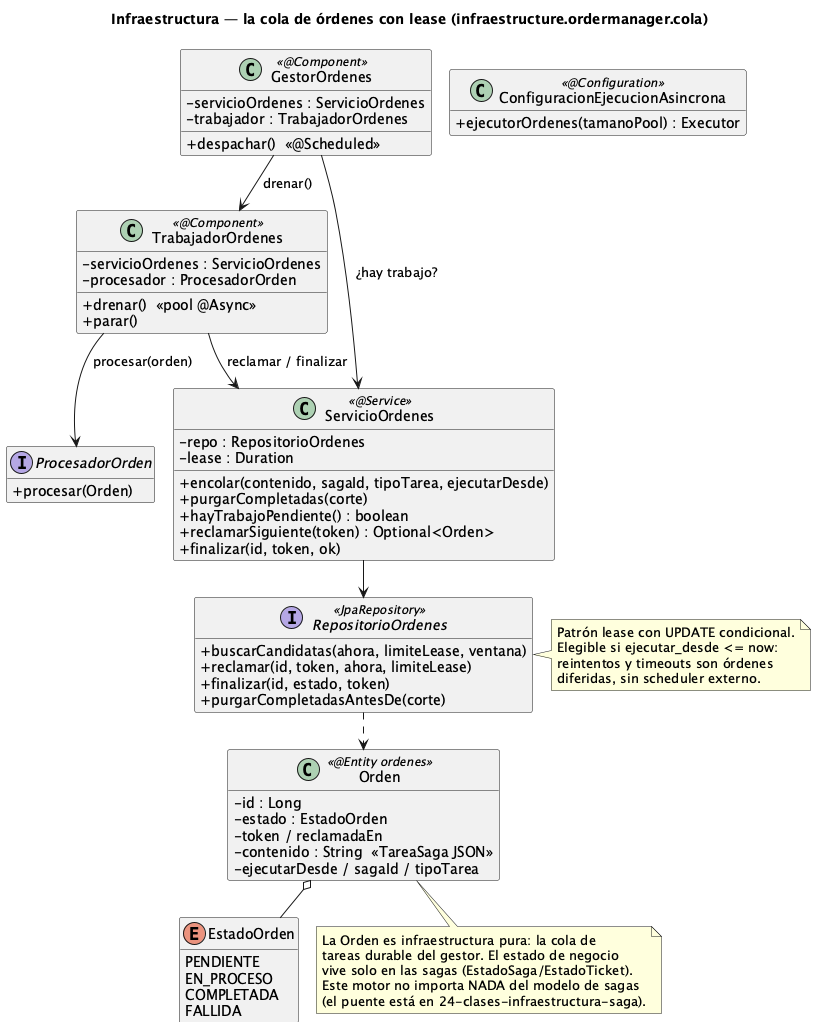
Earlier version of the PlantUML export order-manager/docs/23-clases-infraestructura-cola.png (ralcazar/patrones). Its diagram source:
```plantuml
@startuml 23-clases-infraestructura-cola
title Infraestructura — la cola de órdenes con lease (infraestructure.ordermanager.cola)
!pragma layout smetana
hide empty members
skinparam classAttributeIconSize 0

class GestorOrdenes <<@Component>> {
  -servicioOrdenes : ServicioOrdenes
  -trabajador : TrabajadorOrdenes
  +despachar()  «@Scheduled»
}
class TrabajadorOrdenes <<@Component>> {
  -servicioOrdenes : ServicioOrdenes
  -procesador : ProcesadorOrden
  +drenar()  «pool @Async»
  +parar()
}
class ServicioOrdenes <<@Service>> {
  -repo : RepositorioOrdenes
  -lease : Duration
  +encolar(contenido, sagaId, tipoTarea, ejecutarDesde)
  +purgarCompletadas(corte)
  +hayTrabajoPendiente() : boolean
  +reclamarSiguiente(token) : Optional<Orden>
  +finalizar(id, token, ok)
}
interface RepositorioOrdenes <<JpaRepository>> {
  +buscarCandidatas(ahora, limiteLease, ventana)
  +reclamar(id, token, ahora, limiteLease)
  +finalizar(id, estado, token)
  +purgarCompletadasAntesDe(corte)
}
note right of RepositorioOrdenes
  Patrón lease con UPDATE condicional.
  Elegible si ejecutar_desde <= now:
  reintentos y timeouts son órdenes
  diferidas, sin scheduler externo.
end note
class Orden <<@Entity ordenes>> {
  -id : Long
  -estado : EstadoOrden
  -token / reclamadaEn
  -contenido : String  «TareaSaga JSON»
  -ejecutarDesde / sagaId / tipoTarea
}
enum EstadoOrden {
  PENDIENTE
  EN_PROCESO
  COMPLETADA
  FALLIDA
}
interface ProcesadorOrden {
  +procesar(Orden)
}
class ConfiguracionEjecucionAsincrona <<@Configuration>> {
  +ejecutorOrdenes(tamanoPool) : Executor
}
note bottom of Orden
  La Orden es infraestructura pura: la cola de
  tareas durable del gestor. El estado de negocio
  vive solo en las sagas (EstadoSaga/EstadoTicket).
  Este motor no importa NADA del modelo de sagas
  (el puente está en 24-clases-infraestructura-saga).
end note

GestorOrdenes --> ServicioOrdenes : ¿hay trabajo?
GestorOrdenes --> TrabajadorOrdenes : drenar()
TrabajadorOrdenes --> ServicioOrdenes : reclamar / finalizar
TrabajadorOrdenes --> ProcesadorOrden : procesar(orden)
ServicioOrdenes --> RepositorioOrdenes
RepositorioOrdenes ..> Orden
Orden o-- EstadoOrden
@enduml
```
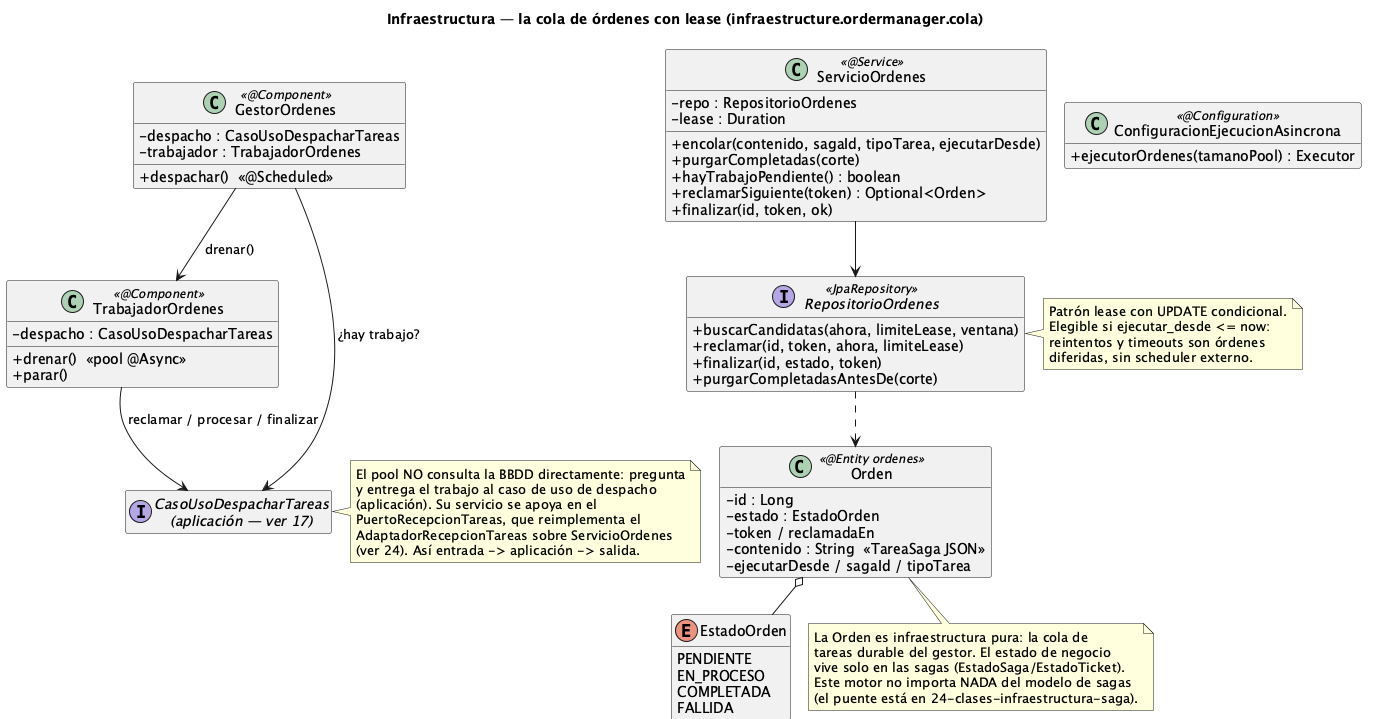
After the change.

The edit, as a diff of the source:
```diff
@@ -5,16 +5,16 @@
 skinparam classAttributeIconSize 0
 
 class GestorOrdenes <<@Component>> {
-  -servicioOrdenes : ServicioOrdenes
+  -despacho : CasoUsoDespacharTareas
   -trabajador : TrabajadorOrdenes
   +despachar()  «@Scheduled»
 }
 class TrabajadorOrdenes <<@Component>> {
-  -servicioOrdenes : ServicioOrdenes
-  -procesador : ProcesadorOrden
+  -despacho : CasoUsoDespacharTareas
   +drenar()  «pool @Async»
   +parar()
 }
+interface "CasoUsoDespacharTareas\n(aplicación — ver 17)" as CasoUsoDespacharTareas
 class ServicioOrdenes <<@Service>> {
   -repo : RepositorioOrdenes
   -lease : Duration
@@ -49,9 +49,6 @@
   COMPLETADA
   FALLIDA
 }
-interface ProcesadorOrden {
-  +procesar(Orden)
-}
 class ConfiguracionEjecucionAsincrona <<@Configuration>> {
   +ejecutorOrdenes(tamanoPool) : Executor
 }
@@ -62,11 +59,18 @@
   Este motor no importa NADA del modelo de sagas
   (el puente está en 24-clases-infraestructura-saga).
 end note
+note right of CasoUsoDespacharTareas
+  El pool NO consulta la BBDD directamente: pregunta
+  y entrega el trabajo al caso de uso de despacho
+  (aplicación). Su servicio se apoya en el
+  PuertoRecepcionTareas, que reimplementa el
+  AdaptadorRecepcionTareas sobre ServicioOrdenes
+  (ver 24). Así entrada -> aplicación -> salida.
+end note
 
-GestorOrdenes --> ServicioOrdenes : ¿hay trabajo?
+GestorOrdenes --> CasoUsoDespacharTareas : ¿hay trabajo?
 GestorOrdenes --> TrabajadorOrdenes : drenar()
-TrabajadorOrdenes --> ServicioOrdenes : reclamar / finalizar
-TrabajadorOrdenes --> ProcesadorOrden : procesar(orden)
+TrabajadorOrdenes --> CasoUsoDespacharTareas : reclamar / procesar / finalizar
 ServicioOrdenes --> RepositorioOrdenes
 RepositorioOrdenes ..> Orden
 Orden o-- EstadoOrden
```
